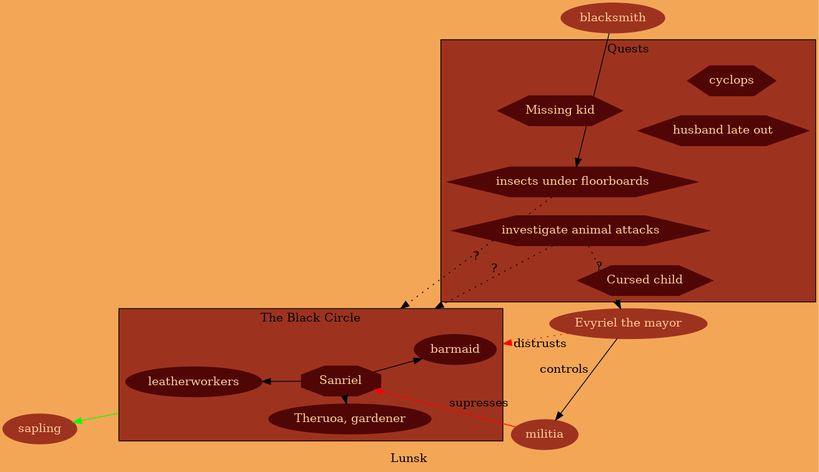
lupus117/dnd-notes keeps this Graphviz diagram as Etharis/lunsk.png. Above is the earlier version. Its source is kept beside it as Etharis/lunsk.gv.
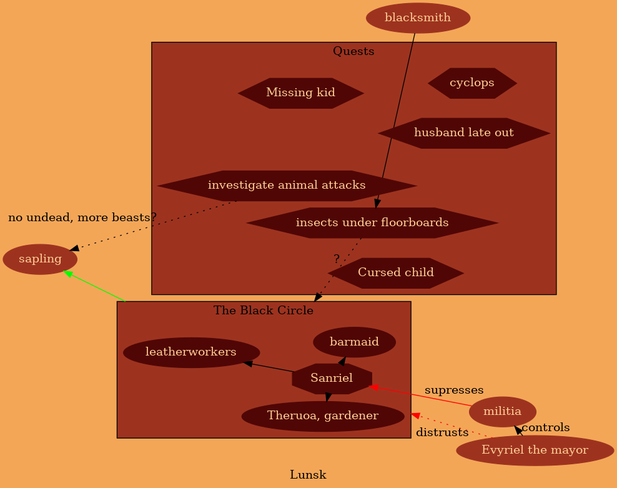
After the change.

Diff of the diagram source:
```diff
@@ -42,6 +42,6 @@
 mayor -> cluster0 [color="red", label="distrusts", style="dotted"];
 cluster0 -> sapling [color="green"]
 blacksmith -> scratch
-animals -> {cluster0, mayor} [label="?", style="dotted"]
+animals -> {sapling} [label="no undead, more beasts?", style="dotted"]
 scratch -> cluster0 [label="?", style="dotted"]
 }
```
